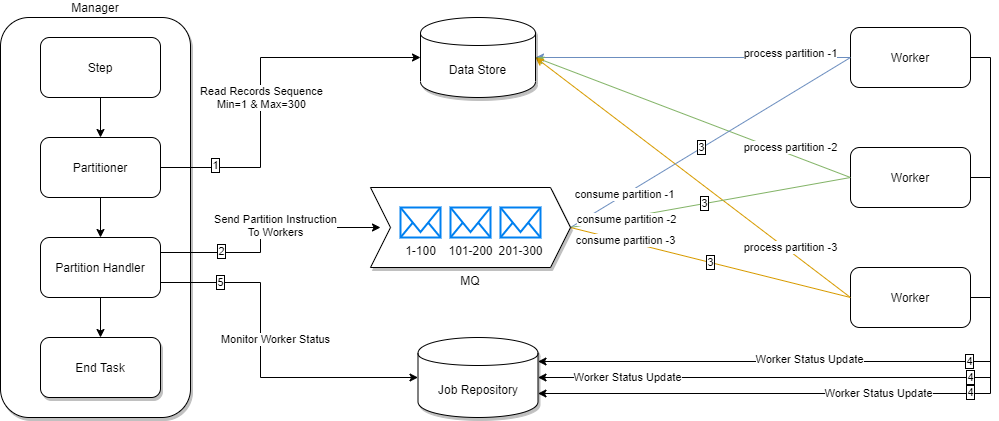
This is spring-batch-parallel-processing.png from selva-dharmaraj/draw, a draw.io export, as it was before one commit. Source tidied: cells renumbered, new cells last; positions are measured from the earlier drawing's top-left corner, leaving out a move shared by most shapes.
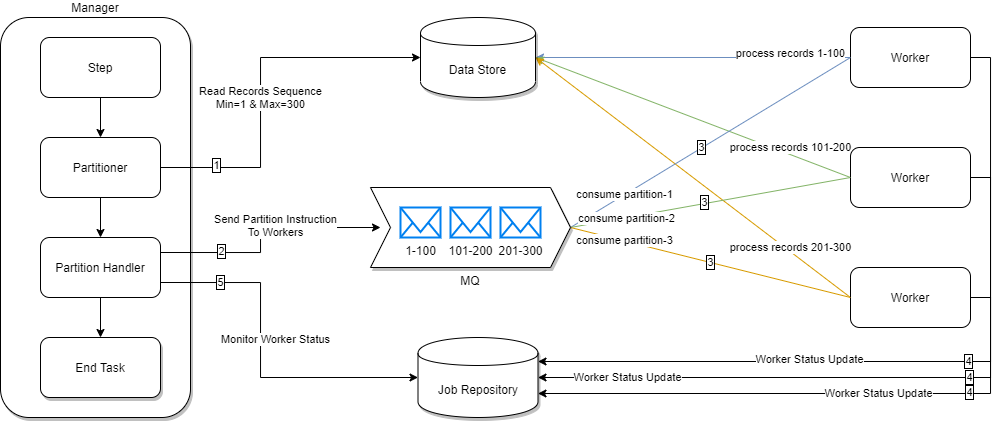
After the change.

Change to the diagram source:
```diff
@@ -14,10 +14,10 @@
     <mxCell id="5" value="4" style="edgeLabel;html=1;align=center;verticalAlign=middle;labelBorderColor=#000000;" parent="3" vertex="1">
       <mxGeometry x="-0.11" relative="1" as="geometry" />
     </mxCell>
-    <mxCell id="6" style="edgeStyle=none;rounded=0;comic=0;jettySize=auto;html=1;entryX=1;entryY=0.5;entryDx=0;entryDy=0;startArrow=none;startFill=0;endArrow=classic;endFill=1;fillColor=#dae8fc;strokeColor=#6c8ebf;labelBorderColor=none;" parent="1" edge="1" source="8" target="46">
+    <mxCell id="6" style="edgeStyle=none;rounded=0;comic=0;jettySize=auto;html=1;entryX=1;entryY=0.5;entryDx=0;entryDy=0;startArrow=none;startFill=0;endArrow=classic;endFill=1;fillColor=#dae8fc;strokeColor=#6c8ebf;labelBorderColor=none;strokeWidth=1;" parent="1" edge="1" source="8" target="46">
       <mxGeometry relative="1" as="geometry" />
     </mxCell>
-    <mxCell id="7" value="process partition -1" style="edgeLabel;html=1;align=center;verticalAlign=middle;labelBorderColor=none;" parent="6" vertex="1">
+    <mxCell id="7" value="process records 1-100" style="edgeLabel;html=1;align=center;verticalAlign=middle;labelBorderColor=none;" parent="6" vertex="1">
       <mxGeometry x="-0.11" y="-4" relative="1" as="geometry">
         <mxPoint x="80.6" as="offset" />
       </mxGeometry>
@@ -37,7 +37,7 @@
     <mxCell id="12" style="edgeStyle=none;rounded=0;comic=0;jettySize=auto;html=1;entryX=1;entryY=0.5;entryDx=0;entryDy=0;startArrow=none;startFill=0;endArrow=classic;endFill=1;exitX=0;exitY=0.5;exitDx=0;exitDy=0;fillColor=#d5e8d4;strokeColor=#82b366;labelBorderColor=none;" parent="1" edge="1" source="14" target="46">
       <mxGeometry relative="1" as="geometry" />
     </mxCell>
-    <mxCell id="13" value="process partition -2" style="edgeLabel;html=1;align=center;verticalAlign=middle;labelBorderColor=none;" parent="12" vertex="1">
+    <mxCell id="13" value="process records 101-200" style="edgeLabel;html=1;align=center;verticalAlign=middle;labelBorderColor=none;" parent="12" vertex="1">
       <mxGeometry x="-0.09" y="-1" relative="1" as="geometry">
         <mxPoint x="82.8" y="25.4" as="offset" />
       </mxGeometry>
@@ -57,7 +57,7 @@
     <mxCell id="18" style="edgeStyle=none;rounded=0;comic=0;jettySize=auto;html=1;entryX=1;entryY=0.5;entryDx=0;entryDy=0;startArrow=none;startFill=0;endArrow=classic;endFill=1;exitX=0;exitY=0.5;exitDx=0;exitDy=0;fillColor=#ffe6cc;strokeColor=#d79b00;labelBorderColor=none;" parent="1" edge="1" source="20" target="46">
       <mxGeometry relative="1" as="geometry" />
     </mxCell>
-    <mxCell id="19" value="process partition -3" style="edgeLabel;html=1;align=center;verticalAlign=middle;labelBorderColor=none;" parent="18" vertex="1">
+    <mxCell id="19" value="process records 201-300" style="edgeLabel;html=1;align=center;verticalAlign=middle;labelBorderColor=none;" parent="18" vertex="1">
       <mxGeometry x="0.07" y="2" relative="1" as="geometry">
         <mxPoint x="109.8" y="76.9" as="offset" />
       </mxGeometry>
@@ -131,10 +131,10 @@
     <mxCell id="35" value="Partition Handler" style="rounded=1;whiteSpace=wrap;html=1;labelBorderColor=none;" parent="1" vertex="1">
       <mxGeometry x="40" y="220" width="120" height="60" as="geometry" />
     </mxCell>
-    <mxCell id="36" style="rounded=0;comic=0;jettySize=auto;html=1;entryX=0;entryY=0.5;entryDx=0;entryDy=0;exitX=1;exitY=0.5;exitDx=0;exitDy=0;endArrow=none;endFill=0;startArrow=none;startFill=0;fillColor=#dae8fc;strokeColor=#6c8ebf;labelBorderColor=none;" parent="1" edge="1" source="47" target="8">
+    <mxCell id="36" style="rounded=0;comic=0;jettySize=auto;html=1;entryX=0;entryY=0.5;entryDx=0;entryDy=0;exitX=1;exitY=0.5;exitDx=0;exitDy=0;endArrow=none;endFill=0;startArrow=none;startFill=0;fillColor=#dae8fc;strokeColor=#6c8ebf;labelBorderColor=none;strokeWidth=1;" parent="1" edge="1" source="47" target="8">
       <mxGeometry relative="1" as="geometry" />
     </mxCell>
-    <mxCell id="37" value="consume partition -1" style="edgeLabel;html=1;align=center;verticalAlign=middle;labelBorderColor=none;" parent="36" vertex="1">
+    <mxCell id="37" value="consume partition-1" style="edgeLabel;html=1;align=center;verticalAlign=middle;labelBorderColor=none;" parent="36" vertex="1">
       <mxGeometry x="-0.61" y="1" relative="1" as="geometry" />
     </mxCell>
     <mxCell id="38" value="3" style="edgeLabel;html=1;align=center;verticalAlign=middle;labelBorderColor=#000000;" parent="36" vertex="1">
@@ -143,7 +143,7 @@
     <mxCell id="39" style="rounded=0;comic=0;jettySize=auto;html=1;entryX=0;entryY=0.5;entryDx=0;entryDy=0;exitX=1;exitY=0.5;exitDx=0;exitDy=0;endArrow=none;endFill=0;startArrow=none;startFill=0;fillColor=#d5e8d4;strokeColor=#82b366;labelBorderColor=none;" parent="1" edge="1" source="47" target="14">
       <mxGeometry relative="1" as="geometry" />
     </mxCell>
-    <mxCell id="40" value="consume partition -2" style="edgeLabel;html=1;align=center;verticalAlign=middle;labelBorderColor=none;" parent="39" vertex="1">
+    <mxCell id="40" value="consume partition-2" style="edgeLabel;html=1;align=center;verticalAlign=middle;labelBorderColor=none;" parent="39" vertex="1">
       <mxGeometry x="-0.61" y="-1" relative="1" as="geometry" />
     </mxCell>
     <mxCell id="41" value="3" style="edgeLabel;html=1;align=center;verticalAlign=middle;labelBorderColor=#000000;" parent="39" vertex="1">
@@ -152,7 +152,7 @@
     <mxCell id="42" value="3" style="rounded=0;comic=0;jettySize=auto;html=1;entryX=0;entryY=0.5;entryDx=0;entryDy=0;exitX=1;exitY=0.5;exitDx=0;exitDy=0;endArrow=none;endFill=0;startArrow=none;startFill=0;fillColor=#ffe6cc;strokeColor=#d79b00;labelBorderColor=#000000;" parent="1" edge="1" source="47" target="20">
       <mxGeometry relative="1" as="geometry" />
     </mxCell>
-    <mxCell id="43" value="consume partition -3" style="edgeLabel;html=1;align=center;verticalAlign=middle;labelBorderColor=none;" parent="42" vertex="1">
+    <mxCell id="43" value="consume partition-3" style="edgeLabel;html=1;align=center;verticalAlign=middle;labelBorderColor=none;" parent="42" vertex="1">
       <mxGeometry x="-0.62" relative="1" as="geometry">
         <mxPoint y="-1" as="offset" />
       </mxGeometry>
```
